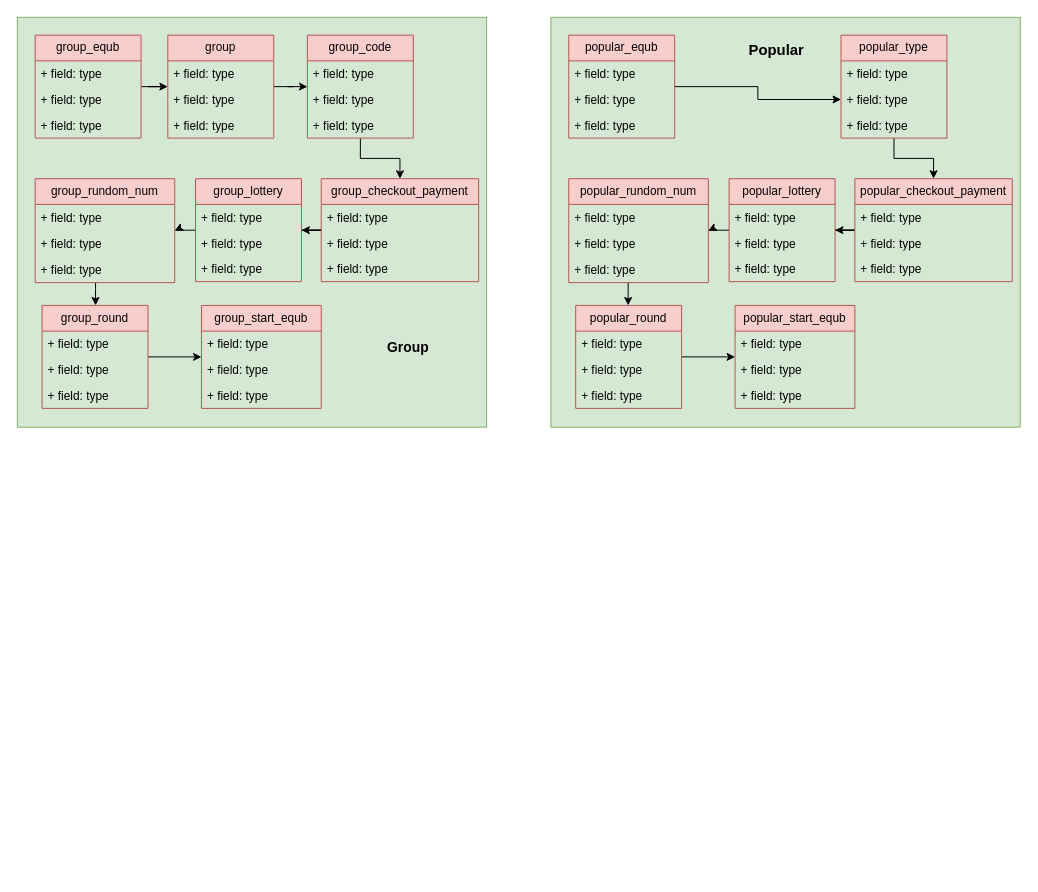
Above: Untitled Diagram.drawio in fasil712/UML_Diagram_Design (draw.io), before the change. Source tidied: cells renumbered, new cells numbered last; positions are measured from the earlier drawing's top-left corner, leaving out a move shared by most shapes. Both pictures are drawn from the tidied source at 99%, with x=0, y=0 at pixel (17, 17).
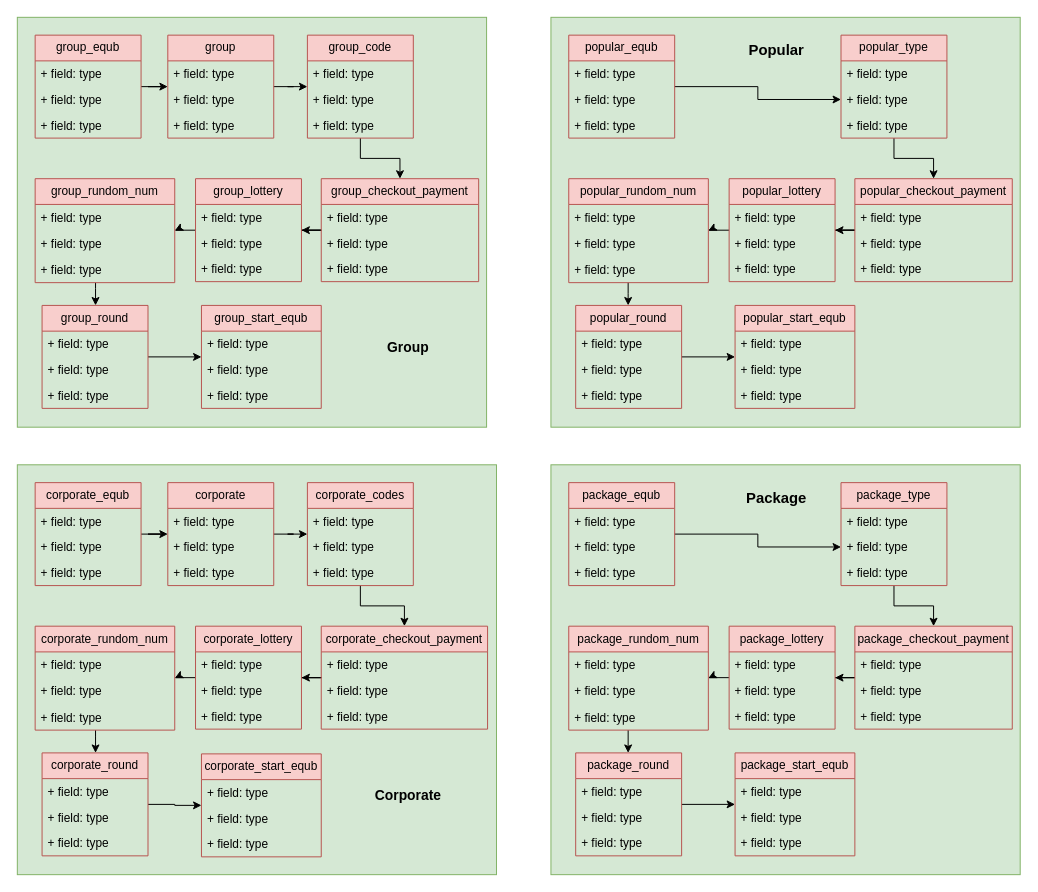
After the change.

Change to the diagram source:
```diff
@@
+    <mxCell id="79" style="rounded=0;whiteSpace=wrap;html=1;fillColor=#d5e8d4;strokeColor=#82b366;" parent="1" vertex="1">
+      <mxGeometry y="452" width="484" height="414" as="geometry" />
+    </mxCell>
+    <mxCell id="80" style="edgeStyle=orthogonalEdgeStyle;rounded=0;jettySize=auto;html=1;" parent="1" edge="1" source="81" target="86">
+      <mxGeometry relative="1" as="geometry" />
+    </mxCell>
+    <mxCell id="81" value="corporate_equb" style="swimlane;fontStyle=0;horizontal=1;startSize=26;fillColor=#f8cecc;whiteSpace=wrap;html=1;strokeColor=#b85450;" parent="1" vertex="1">
+      <mxGeometry x="18" y="470" width="107" height="104" as="geometry" />
+    </mxCell>
+    <mxCell id="82" value="+ field: type" style="text;strokeColor=none;fillColor=none;align=left;verticalAlign=top;spacingLeft=4;spacingRight=4;overflow=hidden;whiteSpace=wrap;html=1;" parent="81" vertex="1">
+      <mxGeometry y="26" width="107" height="26" as="geometry" />
+    </mxCell>
+    <mxCell id="83" value="+ field: type" style="text;strokeColor=none;fillColor=none;align=left;verticalAlign=top;spacingLeft=4;spacingRight=4;overflow=hidden;whiteSpace=wrap;html=1;" parent="81" vertex="1">
+      <mxGeometry y="52" width="107" height="26" as="geometry" />
+    </mxCell>
+    <mxCell id="84" value="+ field: type" style="text;strokeColor=none;fillColor=none;align=left;verticalAlign=top;spacingLeft=4;spacingRight=4;overflow=hidden;whiteSpace=wrap;html=1;" parent="81" vertex="1">
+      <mxGeometry y="78" width="107" height="26" as="geometry" />
+    </mxCell>
+    <mxCell id="85" style="edgeStyle=orthogonalEdgeStyle;rounded=0;jettySize=auto;html=1;" parent="1" edge="1" source="86" target="91">
+      <mxGeometry relative="1" as="geometry" />
+    </mxCell>
+    <mxCell id="86" value="corporate" style="swimlane;fontStyle=0;horizontal=1;startSize=26;fillColor=#f8cecc;whiteSpace=wrap;html=1;strokeColor=#b85450;" parent="1" vertex="1">
+      <mxGeometry x="152" y="470" width="107" height="104" as="geometry" />
+    </mxCell>
+    <mxCell id="87" value="+ field: type" style="text;strokeColor=none;fillColor=none;align=left;verticalAlign=top;spacingLeft=4;spacingRight=4;overflow=hidden;whiteSpace=wrap;html=1;" parent="86" vertex="1">
+      <mxGeometry y="26" width="107" height="26" as="geometry" />
+    </mxCell>
+    <mxCell id="88" value="+ field: type" style="text;strokeColor=none;fillColor=none;align=left;verticalAlign=top;spacingLeft=4;spacingRight=4;overflow=hidden;whiteSpace=wrap;html=1;" parent="86" vertex="1">
+      <mxGeometry y="52" width="107" height="26" as="geometry" />
+    </mxCell>
+    <mxCell id="89" value="+ field: type" style="text;strokeColor=none;fillColor=none;align=left;verticalAlign=top;spacingLeft=4;spacingRight=4;overflow=hidden;whiteSpace=wrap;html=1;" parent="86" vertex="1">
+      <mxGeometry y="78" width="107" height="26" as="geometry" />
+    </mxCell>
+    <mxCell id="90" style="edgeStyle=orthogonalEdgeStyle;rounded=0;jettySize=auto;html=1;" parent="1" edge="1" source="91" target="96">
+      <mxGeometry relative="1" as="geometry" />
+    </mxCell>
+    <mxCell id="91" value="corporate_codes" style="swimlane;fontStyle=0;horizontal=1;startSize=26;fillColor=#f8cecc;whiteSpace=wrap;html=1;strokeColor=#b85450;" parent="1" vertex="1">
+      <mxGeometry x="293" y="470" width="107" height="104" as="geometry" />
+    </mxCell>
+    <mxCell id="92" value="+ field: type" style="text;strokeColor=none;fillColor=none;align=left;verticalAlign=top;spacingLeft=4;spacingRight=4;overflow=hidden;whiteSpace=wrap;html=1;" parent="91" vertex="1">
+      <mxGeometry y="26" width="107" height="26" as="geometry" />
+    </mxCell>
+    <mxCell id="93" value="+ field: type" style="text;strokeColor=none;fillColor=none;align=left;verticalAlign=top;spacingLeft=4;spacingRight=4;overflow=hidden;whiteSpace=wrap;html=1;" parent="91" vertex="1">
+      <mxGeometry y="52" width="107" height="26" as="geometry" />
+    </mxCell>
+    <mxCell id="94" value="+ field: type" style="text;strokeColor=none;fillColor=none;align=left;verticalAlign=top;spacingLeft=4;spacingRight=4;overflow=hidden;whiteSpace=wrap;html=1;" parent="91" vertex="1">
+      <mxGeometry y="78" width="107" height="26" as="geometry" />
+    </mxCell>
+    <mxCell id="95" style="edgeStyle=orthogonalEdgeStyle;rounded=0;jettySize=auto;html=1;" parent="1" edge="1" source="96" target="101">
+      <mxGeometry relative="1" as="geometry" />
+    </mxCell>
+    <mxCell id="96" value="corporate_checkout_payment" style="swimlane;fontStyle=0;horizontal=1;startSize=26;fillColor=#f8cecc;whiteSpace=wrap;html=1;strokeColor=#b85450;" parent="1" vertex="1">
+      <mxGeometry x="307" y="615" width="168" height="104" as="geometry" />
+    </mxCell>
+    <mxCell id="97" value="+ field: type" style="text;strokeColor=none;fillColor=none;align=left;verticalAlign=top;spacingLeft=4;spacingRight=4;overflow=hidden;whiteSpace=wrap;html=1;" parent="96" vertex="1">
+      <mxGeometry y="26" width="168" height="26" as="geometry" />
+    </mxCell>
+    <mxCell id="98" value="+ field: type" style="text;strokeColor=none;fillColor=none;align=left;verticalAlign=top;spacingLeft=4;spacingRight=4;overflow=hidden;whiteSpace=wrap;html=1;" parent="96" vertex="1">
+      <mxGeometry y="52" width="168" height="26" as="geometry" />
+    </mxCell>
+    <mxCell id="99" value="+ field: type" style="text;strokeColor=none;fillColor=none;align=left;verticalAlign=top;spacingLeft=4;spacingRight=4;overflow=hidden;whiteSpace=wrap;html=1;" parent="96" vertex="1">
+      <mxGeometry y="78" width="168" height="26" as="geometry" />
+    </mxCell>
+    <mxCell id="100" style="edgeStyle=orthogonalEdgeStyle;rounded=0;jettySize=auto;html=1;" parent="1" edge="1" source="101" target="106">
+      <mxGeometry relative="1" as="geometry" />
+    </mxCell>
+    <mxCell id="101" value="corporate_lottery" style="swimlane;fontStyle=0;horizontal=1;startSize=26;fillColor=#f8cecc;whiteSpace=wrap;html=1;strokeColor=#b85450;" parent="1" vertex="1">
+      <mxGeometry x="180" y="615" width="107" height="104" as="geometry" />
+    </mxCell>
+    <mxCell id="102" value="+ field: type" style="text;strokeColor=none;fillColor=none;align=left;verticalAlign=top;spacingLeft=4;spacingRight=4;overflow=hidden;whiteSpace=wrap;html=1;" parent="101" vertex="1">
+      <mxGeometry y="26" width="107" height="26" as="geometry" />
+    </mxCell>
+    <mxCell id="103" value="+ field: type" style="text;strokeColor=none;fillColor=none;align=left;verticalAlign=top;spacingLeft=4;spacingRight=4;overflow=hidden;whiteSpace=wrap;html=1;" parent="101" vertex="1">
+      <mxGeometry y="52" width="107" height="26" as="geometry" />
+    </mxCell>
+    <mxCell id="104" value="+ field: type" style="text;strokeColor=none;fillColor=none;align=left;verticalAlign=top;spacingLeft=4;spacingRight=4;overflow=hidden;whiteSpace=wrap;html=1;" parent="101" vertex="1">
+      <mxGeometry y="78" width="107" height="26" as="geometry" />
+    </mxCell>
+    <mxCell id="105" style="edgeStyle=orthogonalEdgeStyle;rounded=0;jettySize=auto;html=1;" parent="1" edge="1" source="106" target="111">
+      <mxGeometry relative="1" as="geometry">
+        <Array as="points">
+          <mxPoint x="79" y="726" />
+          <mxPoint x="79" y="726" />
+        </Array>
+      </mxGeometry>
+    </mxCell>
+    <mxCell id="106" value="corporate_rundom_num" style="swimlane;fontStyle=0;horizontal=1;startSize=26;fillColor=#f8cecc;whiteSpace=wrap;html=1;strokeColor=#b85450;" parent="1" vertex="1">
+      <mxGeometry x="18" y="615" width="141" height="105" as="geometry" />
+    </mxCell>
+    <mxCell id="107" value="+ field: type" style="text;strokeColor=none;fillColor=none;align=left;verticalAlign=top;spacingLeft=4;spacingRight=4;overflow=hidden;whiteSpace=wrap;html=1;" parent="106" vertex="1">
+      <mxGeometry y="26" width="141" height="26" as="geometry" />
+    </mxCell>
+    <mxCell id="108" value="+ field: type" style="text;strokeColor=none;fillColor=none;align=left;verticalAlign=top;spacingLeft=4;spacingRight=4;overflow=hidden;whiteSpace=wrap;html=1;" parent="106" vertex="1">
+      <mxGeometry y="52" width="141" height="27" as="geometry" />
+    </mxCell>
+    <mxCell id="109" value="+ field: type" style="text;strokeColor=none;fillColor=none;align=left;verticalAlign=top;spacingLeft=4;spacingRight=4;overflow=hidden;whiteSpace=wrap;html=1;" parent="106" vertex="1">
+      <mxGeometry y="79" width="141" height="26" as="geometry" />
+    </mxCell>
+    <mxCell id="110" style="edgeStyle=orthogonalEdgeStyle;rounded=0;jettySize=auto;html=1;" parent="1" edge="1" source="111" target="115">
+      <mxGeometry relative="1" as="geometry" />
+    </mxCell>
+    <mxCell id="111" value="corporate_round" style="swimlane;fontStyle=0;horizontal=1;startSize=26;fillColor=#f8cecc;whiteSpace=wrap;html=1;strokeColor=#b85450;" parent="1" vertex="1">
+      <mxGeometry x="25" y="743" width="107" height="104" as="geometry" />
+    </mxCell>
+    <mxCell id="112" value="+ field: type" style="text;strokeColor=none;fillColor=none;align=left;verticalAlign=top;spacingLeft=4;spacingRight=4;overflow=hidden;whiteSpace=wrap;html=1;" parent="111" vertex="1">
+      <mxGeometry y="26" width="107" height="26" as="geometry" />
+    </mxCell>
+    <mxCell id="113" value="+ field: type" style="text;strokeColor=none;fillColor=none;align=left;verticalAlign=top;spacingLeft=4;spacingRight=4;overflow=hidden;whiteSpace=wrap;html=1;" parent="111" vertex="1">
+      <mxGeometry y="52" width="107" height="26" as="geometry" />
+    </mxCell>
+    <mxCell id="114" value="+ field: type" style="text;strokeColor=none;fillColor=none;align=left;verticalAlign=top;spacingLeft=4;spacingRight=4;overflow=hidden;whiteSpace=wrap;html=1;" parent="111" vertex="1">
+      <mxGeometry y="78" width="107" height="26" as="geometry" />
+    </mxCell>
+    <mxCell id="115" value="corporate_start_equb" style="swimlane;fontStyle=0;horizontal=1;startSize=26;fillColor=#f8cecc;whiteSpace=wrap;html=1;strokeColor=#b85450;" parent="1" vertex="1">
+      <mxGeometry x="186" y="744" width="121" height="104" as="geometry" />
+    </mxCell>
+    <mxCell id="116" value="+ field: type" style="text;strokeColor=none;fillColor=none;align=left;verticalAlign=top;spacingLeft=4;spacingRight=4;overflow=hidden;whiteSpace=wrap;html=1;" parent="115" vertex="1">
+      <mxGeometry y="26" width="121" height="26" as="geometry" />
+    </mxCell>
+    <mxCell id="117" value="+ field: type" style="text;strokeColor=none;fillColor=none;align=left;verticalAlign=top;spacingLeft=4;spacingRight=4;overflow=hidden;whiteSpace=wrap;html=1;" parent="115" vertex="1">
+      <mxGeometry y="52" width="121" height="26" as="geometry" />
+    </mxCell>
+    <mxCell id="118" value="+ field: type" style="text;strokeColor=none;fillColor=none;align=left;verticalAlign=top;spacingLeft=4;spacingRight=4;overflow=hidden;whiteSpace=wrap;html=1;" parent="115" vertex="1">
+      <mxGeometry y="78" width="121" height="26" as="geometry" />
+    </mxCell>
+    <mxCell id="119" style="rounded=0;whiteSpace=wrap;html=1;fillColor=#d5e8d4;strokeColor=#82b366;" parent="1" vertex="1">
+      <mxGeometry x="539" y="452" width="474" height="414" as="geometry" />
+    </mxCell>
+    <mxCell id="120" style="edgeStyle=orthogonalEdgeStyle;rounded=0;jettySize=auto;html=1;entryX=0;entryY=0.5;entryDx=0;entryDy=0;" parent="1" edge="1" source="121" target="128">
+      <mxGeometry relative="1" as="geometry" />
+    </mxCell>
+    <mxCell id="121" value="package_equb" style="swimlane;fontStyle=0;horizontal=1;startSize=26;fillColor=#f8cecc;whiteSpace=wrap;html=1;strokeColor=#b85450;" parent="1" vertex="1">
+      <mxGeometry x="557" y="470" width="107" height="104" as="geometry" />
+    </mxCell>
+    <mxCell id="122" value="+ field: type" style="text;strokeColor=none;fillColor=none;align=left;verticalAlign=top;spacingLeft=4;spacingRight=4;overflow=hidden;whiteSpace=wrap;html=1;" parent="121" vertex="1">
+      <mxGeometry y="26" width="107" height="26" as="geometry" />
+    </mxCell>
+    <mxCell id="123" value="+ field: type" style="text;strokeColor=none;fillColor=none;align=left;verticalAlign=top;spacingLeft=4;spacingRight=4;overflow=hidden;whiteSpace=wrap;html=1;" parent="121" vertex="1">
+      <mxGeometry y="52" width="107" height="26" as="geometry" />
+    </mxCell>
+    <mxCell id="124" value="+ field: type" style="text;strokeColor=none;fillColor=none;align=left;verticalAlign=top;spacingLeft=4;spacingRight=4;overflow=hidden;whiteSpace=wrap;html=1;" parent="121" vertex="1">
+      <mxGeometry y="78" width="107" height="26" as="geometry" />
+    </mxCell>
+    <mxCell id="125" style="edgeStyle=orthogonalEdgeStyle;rounded=0;jettySize=auto;html=1;" parent="1" edge="1" source="126" target="131">
+      <mxGeometry relative="1" as="geometry" />
+    </mxCell>
+    <mxCell id="126" value="package_type" style="swimlane;fontStyle=0;horizontal=1;startSize=26;fillColor=#f8cecc;whiteSpace=wrap;html=1;strokeColor=#b85450;" parent="1" vertex="1">
+      <mxGeometry x="832" y="470" width="107" height="104" as="geometry" />
+    </mxCell>
+    <mxCell id="127" value="+ field: type" style="text;strokeColor=none;fillColor=none;align=left;verticalAlign=top;spacingLeft=4;spacingRight=4;overflow=hidden;whiteSpace=wrap;html=1;" parent="126" vertex="1">
+      <mxGeometry y="26" width="107" height="26" as="geometry" />
+    </mxCell>
+    <mxCell id="128" value="+ field: type" style="text;strokeColor=none;fillColor=none;align=left;verticalAlign=top;spacingLeft=4;spacingRight=4;overflow=hidden;points=[[0,0.5],[1,0.5]];portConstraint=eastwest;whiteSpace=wrap;html=1;" parent="126" vertex="1">
+      <mxGeometry y="52" width="107" height="26" as="geometry" />
+    </mxCell>
+    <mxCell id="129" value="+ field: type" style="text;strokeColor=none;fillColor=none;align=left;verticalAlign=top;spacingLeft=4;spacingRight=4;overflow=hidden;whiteSpace=wrap;html=1;" parent="126" vertex="1">
+      <mxGeometry y="78" width="107" height="26" as="geometry" />
+    </mxCell>
+    <mxCell id="130" style="edgeStyle=orthogonalEdgeStyle;rounded=0;jettySize=auto;html=1;" parent="1" edge="1" source="131" target="136">
+      <mxGeometry relative="1" as="geometry" />
+    </mxCell>
+    <mxCell id="131" value="package_checkout_payment" style="swimlane;fontStyle=0;horizontal=1;startSize=26;fillColor=#f8cecc;whiteSpace=wrap;html=1;strokeColor=#b85450;" parent="1" vertex="1">
+      <mxGeometry x="846" y="615" width="159" height="104" as="geometry" />
+    </mxCell>
+    <mxCell id="132" value="+ field: type" style="text;strokeColor=none;fillColor=none;align=left;verticalAlign=top;spacingLeft=4;spacingRight=4;overflow=hidden;whiteSpace=wrap;html=1;" parent="131" vertex="1">
+      <mxGeometry y="26" width="159" height="26" as="geometry" />
+    </mxCell>
+    <mxCell id="133" value="+ field: type" style="text;strokeColor=none;fillColor=none;align=left;verticalAlign=top;spacingLeft=4;spacingRight=4;overflow=hidden;whiteSpace=wrap;html=1;" parent="131" vertex="1">
+      <mxGeometry y="52" width="159" height="26" as="geometry" />
+    </mxCell>
+    <mxCell id="134" value="+ field: type" style="text;strokeColor=none;fillColor=none;align=left;verticalAlign=top;spacingLeft=4;spacingRight=4;overflow=hidden;whiteSpace=wrap;html=1;" parent="131" vertex="1">
+      <mxGeometry y="78" width="159" height="26" as="geometry" />
+    </mxCell>
+    <mxCell id="135" style="edgeStyle=orthogonalEdgeStyle;rounded=0;jettySize=auto;html=1;" parent="1" edge="1" source="136" target="141">
+      <mxGeometry relative="1" as="geometry" />
+    </mxCell>
+    <mxCell id="136" value="package_lottery" style="swimlane;fontStyle=0;horizontal=1;startSize=26;fillColor=#f8cecc;whiteSpace=wrap;html=1;strokeColor=#b85450;" parent="1" vertex="1">
+      <mxGeometry x="719" y="615" width="107" height="104" as="geometry" />
+    </mxCell>
+    <mxCell id="137" value="+ field: type" style="text;strokeColor=none;fillColor=none;align=left;verticalAlign=top;spacingLeft=4;spacingRight=4;overflow=hidden;whiteSpace=wrap;html=1;" parent="136" vertex="1">
+      <mxGeometry y="26" width="107" height="26" as="geometry" />
+    </mxCell>
+    <mxCell id="138" value="+ field: type" style="text;strokeColor=none;fillColor=none;align=left;verticalAlign=top;spacingLeft=4;spacingRight=4;overflow=hidden;whiteSpace=wrap;html=1;" parent="136" vertex="1">
+      <mxGeometry y="52" width="107" height="26" as="geometry" />
+    </mxCell>
+    <mxCell id="139" value="+ field: type" style="text;strokeColor=none;fillColor=none;align=left;verticalAlign=top;spacingLeft=4;spacingRight=4;overflow=hidden;whiteSpace=wrap;html=1;" parent="136" vertex="1">
+      <mxGeometry y="78" width="107" height="26" as="geometry" />
+    </mxCell>
+    <mxCell id="140" style="edgeStyle=orthogonalEdgeStyle;rounded=0;jettySize=auto;html=1;" parent="1" edge="1" source="141" target="146">
+      <mxGeometry relative="1" as="geometry">
+        <Array as="points">
+          <mxPoint x="617" y="731" />
+          <mxPoint x="617" y="731" />
+        </Array>
+      </mxGeometry>
+    </mxCell>
+    <mxCell id="141" value="package_rundom_num" style="swimlane;fontStyle=0;horizontal=1;startSize=26;fillColor=#f8cecc;whiteSpace=wrap;html=1;strokeColor=#b85450;" parent="1" vertex="1">
+      <mxGeometry x="557" y="615" width="141" height="105" as="geometry" />
+    </mxCell>
+    <mxCell id="142" value="+ field: type" style="text;strokeColor=none;fillColor=none;align=left;verticalAlign=top;spacingLeft=4;spacingRight=4;overflow=hidden;whiteSpace=wrap;html=1;" parent="141" vertex="1">
+      <mxGeometry y="26" width="141" height="26" as="geometry" />
+    </mxCell>
+    <mxCell id="143" value="+ field: type" style="text;strokeColor=none;fillColor=none;align=left;verticalAlign=top;spacingLeft=4;spacingRight=4;overflow=hidden;whiteSpace=wrap;html=1;" parent="141" vertex="1">
+      <mxGeometry y="52" width="141" height="27" as="geometry" />
+    </mxCell>
+    <mxCell id="144" value="+ field: type" style="text;strokeColor=none;fillColor=none;align=left;verticalAlign=top;spacingLeft=4;spacingRight=4;overflow=hidden;whiteSpace=wrap;html=1;" parent="141" vertex="1">
+      <mxGeometry y="79" width="141" height="26" as="geometry" />
+    </mxCell>
+    <mxCell id="145" style="edgeStyle=orthogonalEdgeStyle;rounded=0;jettySize=auto;html=1;" parent="1" edge="1" source="146" target="150">
+      <mxGeometry relative="1" as="geometry" />
+    </mxCell>
+    <mxCell id="146" value="package_round" style="swimlane;fontStyle=0;horizontal=1;startSize=26;fillColor=#f8cecc;whiteSpace=wrap;html=1;strokeColor=#b85450;" parent="1" vertex="1">
+      <mxGeometry x="564" y="743" width="107" height="104" as="geometry" />
+    </mxCell>
+    <mxCell id="147" value="+ field: type" style="text;strokeColor=none;fillColor=none;align=left;verticalAlign=top;spacingLeft=4;spacingRight=4;overflow=hidden;whiteSpace=wrap;html=1;" parent="146" vertex="1">
+      <mxGeometry y="26" width="107" height="26" as="geometry" />
+    </mxCell>
+    <mxCell id="148" value="+ field: type" style="text;strokeColor=none;fillColor=none;align=left;verticalAlign=top;spacingLeft=4;spacingRight=4;overflow=hidden;whiteSpace=wrap;html=1;" parent="146" vertex="1">
+      <mxGeometry y="52" width="107" height="26" as="geometry" />
+    </mxCell>
+    <mxCell id="149" value="+ field: type" style="text;strokeColor=none;fillColor=none;align=left;verticalAlign=top;spacingLeft=4;spacingRight=4;overflow=hidden;whiteSpace=wrap;html=1;" parent="146" vertex="1">
+      <mxGeometry y="78" width="107" height="26" as="geometry" />
+    </mxCell>
+    <mxCell id="150" value="package_start_equb" style="swimlane;fontStyle=0;horizontal=1;startSize=26;fillColor=#f8cecc;whiteSpace=wrap;html=1;strokeColor=#b85450;" parent="1" vertex="1">
+      <mxGeometry x="725" y="743" width="121" height="104" as="geometry" />
+    </mxCell>
+    <mxCell id="151" value="+ field: type" style="text;strokeColor=none;fillColor=none;align=left;verticalAlign=top;spacingLeft=4;spacingRight=4;overflow=hidden;whiteSpace=wrap;html=1;" parent="150" vertex="1">
+      <mxGeometry y="26" width="121" height="26" as="geometry" />
+    </mxCell>
+    <mxCell id="152" value="+ field: type" style="text;strokeColor=none;fillColor=none;align=left;verticalAlign=top;spacingLeft=4;spacingRight=4;overflow=hidden;whiteSpace=wrap;html=1;" parent="150" vertex="1">
+      <mxGeometry y="52" width="121" height="26" as="geometry" />
+    </mxCell>
+    <mxCell id="153" value="+ field: type" style="text;strokeColor=none;fillColor=none;align=left;verticalAlign=top;spacingLeft=4;spacingRight=4;overflow=hidden;whiteSpace=wrap;html=1;" parent="150" vertex="1">
+      <mxGeometry y="78" width="121" height="26" as="geometry" />
+    </mxCell>
+    <mxCell id="154" value="Package" style="text;html=1;align=center;verticalAlign=middle;whiteSpace=wrap;rounded=0;fontStyle=1;fontSize=15;" parent="1" vertex="1">
+      <mxGeometry x="737" y="470" width="60" height="30" as="geometry" />
+    </mxCell>
+    <mxCell id="155" value="Corporate" style="text;html=1;align=center;verticalAlign=middle;whiteSpace=wrap;rounded=0;fontStyle=1;fontSize=14;" parent="1" vertex="1">
+      <mxGeometry x="365" y="771" width="60" height="30" as="geometry" />
+    </mxCell>
```
